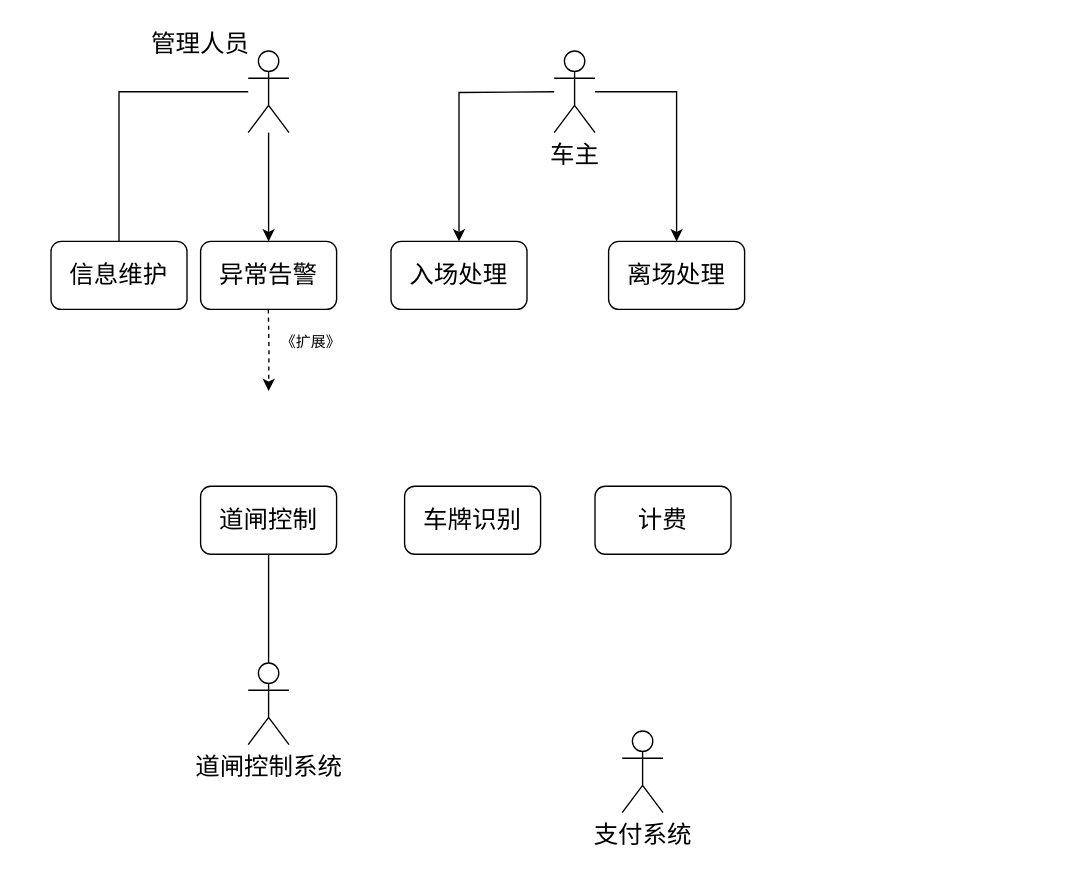
The draw.io diagram 5,6章 43题.drawio in Jackrainman/draw.io, before the edit. Source tidied: cells renumbered, new cells numbered last; positions are measured from the earlier drawing's top-left corner, leaving out a move shared by most shapes. Both pictures are drawn from the tidied source at 136%, with x=0, y=0 at pixel (50, 23).
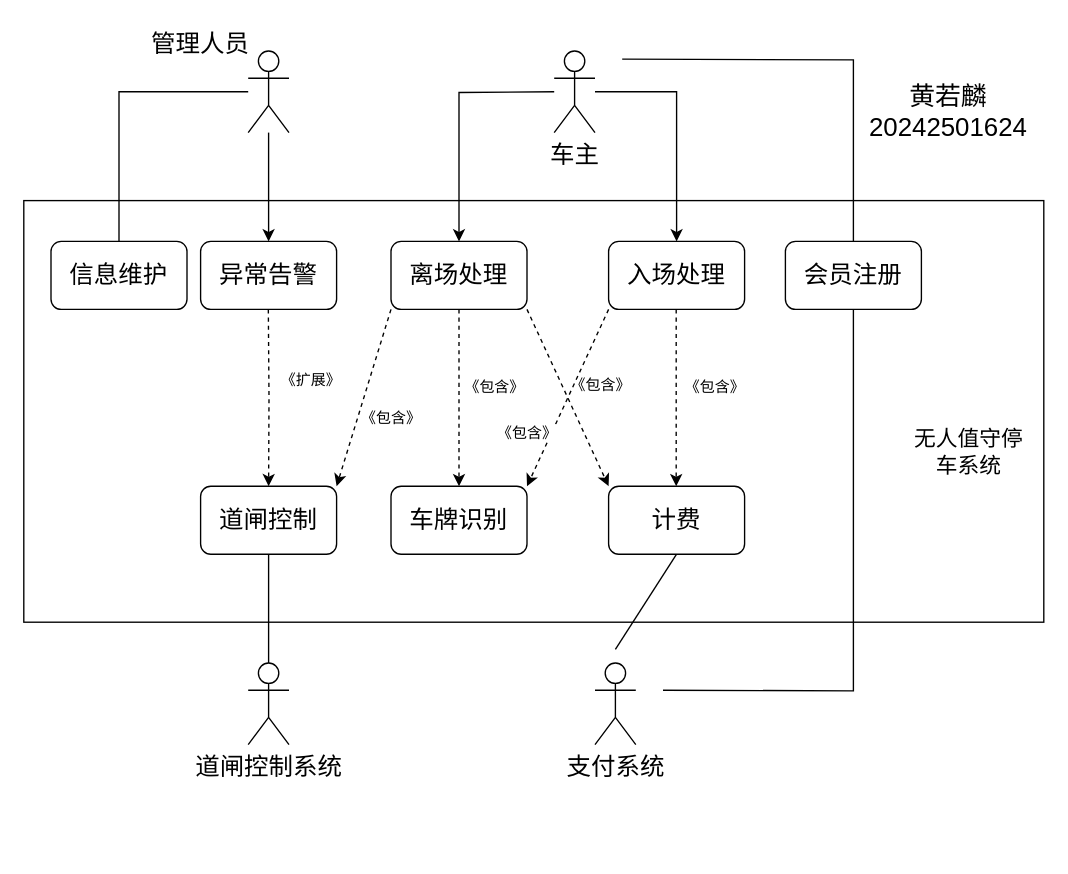
The same page after the edit.

Unchanged cells that the change refers to:
```xml
<mxCell id="13" value="道闸控制" style="rounded=1;whiteSpace=wrap;html=1;fontSize=18;" parent="1" vertex="1">
  <mxGeometry x="110" y="340" width="100" height="50" as="geometry" />
</mxCell>
```

The edit, as a diff of the source:
```diff
@@
+    <mxCell id="21" style="edgeStyle=orthogonalEdgeStyle;rounded=0;jettySize=auto;html=1;endArrow=none;endFill=0;" parent="1" edge="1" target="34">
+      <mxGeometry relative="1" as="geometry">
+        <mxPoint x="420" y="26" as="sourcePoint" />
+      </mxGeometry>
+    </mxCell>
@@
+    <mxCell id="22" style="rounded=0;jettySize=auto;html=1;entryX=0.5;entryY=1;entryDx=0;entryDy=0;endArrow=none;endFill=0;" parent="1" edge="1" target="20">
+      <mxGeometry relative="1" as="geometry">
+        <mxPoint x="415" y="460" as="sourcePoint" />
+      </mxGeometry>
+    </mxCell>
+    <mxCell id="23" style="edgeStyle=orthogonalEdgeStyle;rounded=0;jettySize=auto;html=1;entryX=0.5;entryY=1;entryDx=0;entryDy=0;endArrow=none;endFill=0;" parent="1" edge="1" target="34">
+      <mxGeometry relative="1" as="geometry">
+        <mxPoint x="450" y="490" as="sourcePoint" />
+      </mxGeometry>
+    </mxCell>
     <mxCell id="8" value="支付系统" style="shape=umlActor;verticalLabelPosition=bottom;verticalAlign=top;html=1;fontSize=18;" parent="1" vertex="1">
-      <mxGeometry x="420" y="520" width="30" height="60" as="geometry" />
+      <mxGeometry x="400" y="470" width="30" height="60" as="geometry" />
     </mxCell>
@@
-    <mxCell id="14" style="edgeStyle=orthogonalEdgeStyle;rounded=0;orthogonalLoop=1;jettySize=auto;html=1;dashed=1;entryX=0.5;entryY=0;entryDx=0;entryDy=0;" parent="1" edge="1">
+    <mxCell id="14" style="edgeStyle=orthogonalEdgeStyle;rounded=0;jettySize=auto;html=1;dashed=1;" parent="1" edge="1" target="13">
       <mxGeometry relative="1" as="geometry">
         <mxPoint x="159.8" y="210" as="sourcePoint" />
-        <mxPoint x="160" y="270" as="targetPoint" />
       </mxGeometry>
     </mxCell>
@@
+    <mxCell id="24" style="edgeStyle=orthogonalEdgeStyle;rounded=0;jettySize=auto;html=1;exitX=0.5;exitY=1;exitDx=0;exitDy=0;entryX=0.5;entryY=0;entryDx=0;entryDy=0;dashed=1;" parent="1" edge="1" source="17" target="19">
+      <mxGeometry relative="1" as="geometry" />
+    </mxCell>
+    <mxCell id="25" value="《包含》" style="edgeLabel;html=1;align=center;verticalAlign=middle;" parent="24" vertex="1">
+      <mxGeometry x="-0.14" y="1" relative="1" as="geometry">
+        <mxPoint x="24" as="offset" />
+      </mxGeometry>
+    </mxCell>
-    <mxCell id="17" value="入场处理" style="rounded=1;whiteSpace=wrap;html=1;fontSize=18;" parent="1" vertex="1">
+    <mxCell id="17" value="离场处理" style="rounded=1;whiteSpace=wrap;html=1;fontSize=18;" parent="1" vertex="1">
       <mxGeometry x="250" y="160" width="100" height="50" as="geometry" />
     </mxCell>
-    <mxCell id="18" value="离场处理" style="rounded=1;whiteSpace=wrap;html=1;fontSize=18;" parent="1" vertex="1">
+    <mxCell id="18" value="入场处理" style="rounded=1;whiteSpace=wrap;html=1;fontSize=18;" parent="1" vertex="1">
       <mxGeometry x="410" y="160" width="100" height="50" as="geometry" />
     </mxCell>
     <mxCell id="19" value="车牌识别" style="rounded=1;whiteSpace=wrap;html=1;fontSize=18;" parent="1" vertex="1">
-      <mxGeometry x="260" y="340" width="100" height="50" as="geometry" />
+      <mxGeometry x="250" y="340" width="100" height="50" as="geometry" />
     </mxCell>
     <mxCell id="20" value="计费" style="rounded=1;whiteSpace=wrap;html=1;fontSize=18;" parent="1" vertex="1">
-      <mxGeometry x="400" y="340" width="100" height="50" as="geometry" />
+      <mxGeometry x="410" y="340" width="100" height="50" as="geometry" />
     </mxCell>
+    <mxCell id="26" style="edgeStyle=orthogonalEdgeStyle;rounded=0;orthogonalLoop=1;jettySize=auto;html=1;exitX=0.5;exitY=1;exitDx=0;exitDy=0;entryX=0.5;entryY=0;entryDx=0;entryDy=0;dashed=1;" parent="1" edge="1">
+      <mxGeometry relative="1" as="geometry">
+        <mxPoint x="459.7" y="210" as="sourcePoint" />
+        <mxPoint x="459.7" y="340" as="targetPoint" />
+      </mxGeometry>
+    </mxCell>
+    <mxCell id="27" value="《包含》" style="edgeLabel;html=1;align=center;verticalAlign=middle;" parent="26" vertex="1">
+      <mxGeometry x="-0.14" y="1" relative="1" as="geometry">
+        <mxPoint x="27" as="offset" />
+      </mxGeometry>
+    </mxCell>
+    <mxCell id="28" style="rounded=0;jettySize=auto;html=1;exitX=1;exitY=1;exitDx=0;exitDy=0;entryX=0;entryY=0;entryDx=0;entryDy=0;dashed=1;" parent="1" edge="1" source="17" target="20">
+      <mxGeometry relative="1" as="geometry" />
+    </mxCell>
+    <mxCell id="29" value="《包含》" style="edgeLabel;html=1;align=center;verticalAlign=middle;" parent="28" vertex="1">
+      <mxGeometry x="-0.14" y="1" relative="1" as="geometry">
+        <mxPoint x="27" as="offset" />
+      </mxGeometry>
+    </mxCell>
+    <mxCell id="30" style="rounded=0;jettySize=auto;html=1;exitX=0;exitY=1;exitDx=0;exitDy=0;entryX=1;entryY=0;entryDx=0;entryDy=0;dashed=1;" parent="1" edge="1" source="18" target="19">
+      <mxGeometry relative="1" as="geometry" />
+    </mxCell>
+    <mxCell id="31" value="《包含》" style="edgeLabel;html=1;align=center;verticalAlign=middle;" parent="30" vertex="1">
+      <mxGeometry x="-0.14" y="1" relative="1" as="geometry">
+        <mxPoint x="-35" y="34" as="offset" />
+      </mxGeometry>
+    </mxCell>
+    <mxCell id="32" style="rounded=0;jettySize=auto;html=1;exitX=0;exitY=1;exitDx=0;exitDy=0;entryX=1;entryY=0;entryDx=0;entryDy=0;dashed=1;" parent="1" edge="1" source="17" target="13">
+      <mxGeometry relative="1" as="geometry" />
+    </mxCell>
+    <mxCell id="33" value="《包含》" style="edgeLabel;html=1;align=center;verticalAlign=middle;" parent="32" vertex="1">
+      <mxGeometry x="-0.14" y="1" relative="1" as="geometry">
+        <mxPoint x="16" y="24" as="offset" />
+      </mxGeometry>
+    </mxCell>
+    <mxCell id="34" value="会员注册" style="rounded=1;whiteSpace=wrap;html=1;fontSize=18;" parent="1" vertex="1">
+      <mxGeometry x="540" y="160" width="100" height="50" as="geometry" />
+    </mxCell>
+    <mxCell id="35" style="rounded=0;whiteSpace=wrap;html=1;fillColor=none;" parent="1" vertex="1">
+      <mxGeometry x="-20" y="130" width="750" height="310" as="geometry" />
+    </mxCell>
+    <mxCell id="36" value="&lt;font style=&quot;font-size: 16px;&quot;&gt;无人值守停车系统&lt;/font&gt;" style="text;html=1;whiteSpace=wrap;strokeColor=none;fillColor=none;align=center;verticalAlign=middle;rounded=0;" parent="1" vertex="1">
+      <mxGeometry x="630" y="300" width="90" height="30" as="geometry" />
+    </mxCell>
+    <mxCell id="37" value="&lt;font style=&quot;font-size: 19px;&quot;&gt;黄若麟 20242501624&lt;/font&gt;" style="text;html=1;whiteSpace=wrap;strokeColor=none;fillColor=none;align=center;verticalAlign=middle;rounded=0;" parent="1" vertex="1">
+      <mxGeometry x="610" y="50" width="100" height="30" as="geometry" />
+    </mxCell>
```
